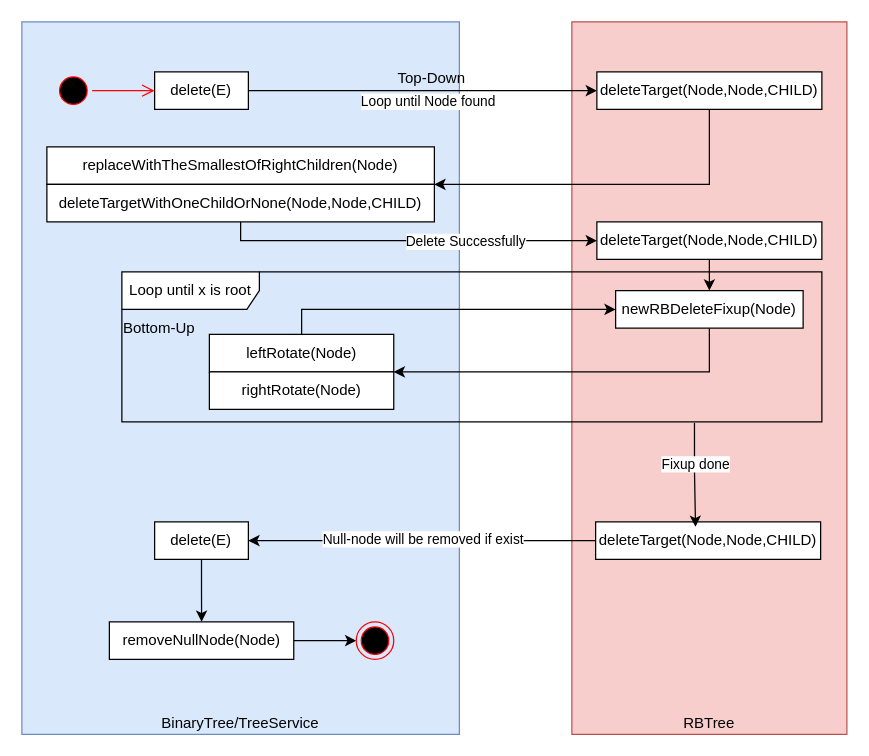
MusLead/BinaryTreeHSF keeps this draw.io diagram as page "RBT-Delete" (1 of 4) of Flow_Hierarcy_Diagram/BinaryTree.drawio. Above is the earlier version. Source tidied: cells renumbered, new cells numbered last; positions are measured from the earlier drawing's top-left corner, leaving out a move shared by most shapes. Both pictures are drawn from the tidied source at 125%, with x=0, y=0 at pixel (21, 21).
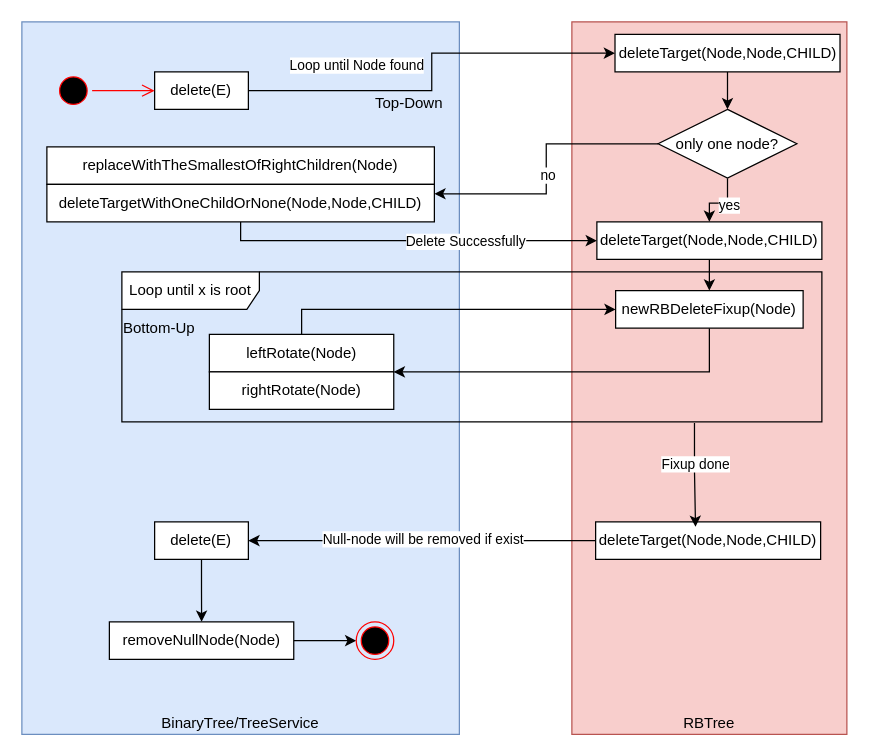
Above is the later version.

Unchanged cells that the change refers to:
```xml
<mxCell id="4" style="edgeStyle=orthogonalEdgeStyle;rounded=0;jettySize=auto;html=1;entryX=0;entryY=0.5;entryDx=0;entryDy=0;" parent="1" edge="1" source="6" target="10">
  <mxGeometry relative="1" as="geometry" />
</mxCell>
<mxCell id="12" value="replaceWithTheSmallestOfRightChildren(Node)" style="html=1;whiteSpace=wrap;" parent="11" vertex="1">
  <mxGeometry width="310" height="30" as="geometry" />
</mxCell>
<mxCell id="13" value="deleteTargetWithOneChildOrNone(Node,Node,CHILD)" style="html=1;whiteSpace=wrap;" parent="11" vertex="1">
  <mxGeometry y="30" width="310" height="30" as="geometry" />
</mxCell>
<mxCell id="21" value="deleteTarget(Node,Node,CHILD)" style="html=1;whiteSpace=wrap;" parent="1" vertex="1">
  <mxGeometry x="460" y="160" width="180" height="30" as="geometry" />
</mxCell>
```

The edit, as a diff of the source:
```diff
@@
     <mxCell id="5" value="Loop until Node found" style="edgeLabel;html=1;align=center;verticalAlign=middle;" parent="4" vertex="1">
       <mxGeometry x="0.06" y="-4" relative="1" as="geometry">
-        <mxPoint x="-5" y="4" as="offset" />
+        <mxPoint x="-64" y="4" as="offset" />
       </mxGeometry>
     </mxCell>
@@
-    <mxCell id="9" style="edgeStyle=orthogonalEdgeStyle;rounded=0;jettySize=auto;html=1;entryX=1;entryY=1;entryDx=0;entryDy=0;" parent="1" edge="1" source="10" target="12">
-      <mxGeometry relative="1" as="geometry">
-        <Array as="points">
-          <mxPoint x="550" y="130" />
-        </Array>
-      </mxGeometry>
-    </mxCell>
+    <mxCell id="37" style="edgeStyle=orthogonalEdgeStyle;rounded=0;jettySize=auto;html=1;" parent="1" edge="1" source="10" target="42">
+      <mxGeometry relative="1" as="geometry" />
+    </mxCell>
     <mxCell id="10" value="deleteTarget(Node,Node,CHILD)" style="html=1;whiteSpace=wrap;" parent="1" vertex="1">
-      <mxGeometry x="460" y="40" width="180" height="30" as="geometry" />
+      <mxGeometry x="474.5" y="10" width="180" height="30" as="geometry" />
     </mxCell>
@@
     <mxCell id="36" value="Top-Down" style="text;html=1;align=center;verticalAlign=middle;whiteSpace=wrap;rounded=0;" parent="1" vertex="1">
-      <mxGeometry x="297.5" y="30" width="60" height="30" as="geometry" />
+      <mxGeometry x="280" y="50" width="60" height="30" as="geometry" />
     </mxCell>
+    <mxCell id="38" style="edgeStyle=orthogonalEdgeStyle;rounded=0;jettySize=auto;html=1;entryX=1;entryY=0.25;entryDx=0;entryDy=0;" parent="1" edge="1" source="42" target="13">
+      <mxGeometry relative="1" as="geometry" />
+    </mxCell>
+    <mxCell id="39" value="no" style="edgeLabel;html=1;align=center;verticalAlign=middle;" parent="38" vertex="1">
+      <mxGeometry x="0.04" y="1" relative="1" as="geometry" />
+    </mxCell>
+    <mxCell id="40" style="edgeStyle=orthogonalEdgeStyle;rounded=0;jettySize=auto;html=1;" parent="1" edge="1" source="42" target="21">
+      <mxGeometry relative="1" as="geometry" />
+    </mxCell>
+    <mxCell id="41" value="yes" style="edgeLabel;html=1;align=center;verticalAlign=middle;" parent="40" vertex="1">
+      <mxGeometry x="-0.19" y="1" relative="1" as="geometry">
+        <mxPoint x="1" as="offset" />
+      </mxGeometry>
+    </mxCell>
+    <mxCell id="42" value="only one node?" style="rhombus;whiteSpace=wrap;html=1;" parent="1" vertex="1">
+      <mxGeometry x="509" y="70" width="111" height="55" as="geometry" />
+    </mxCell>
```
